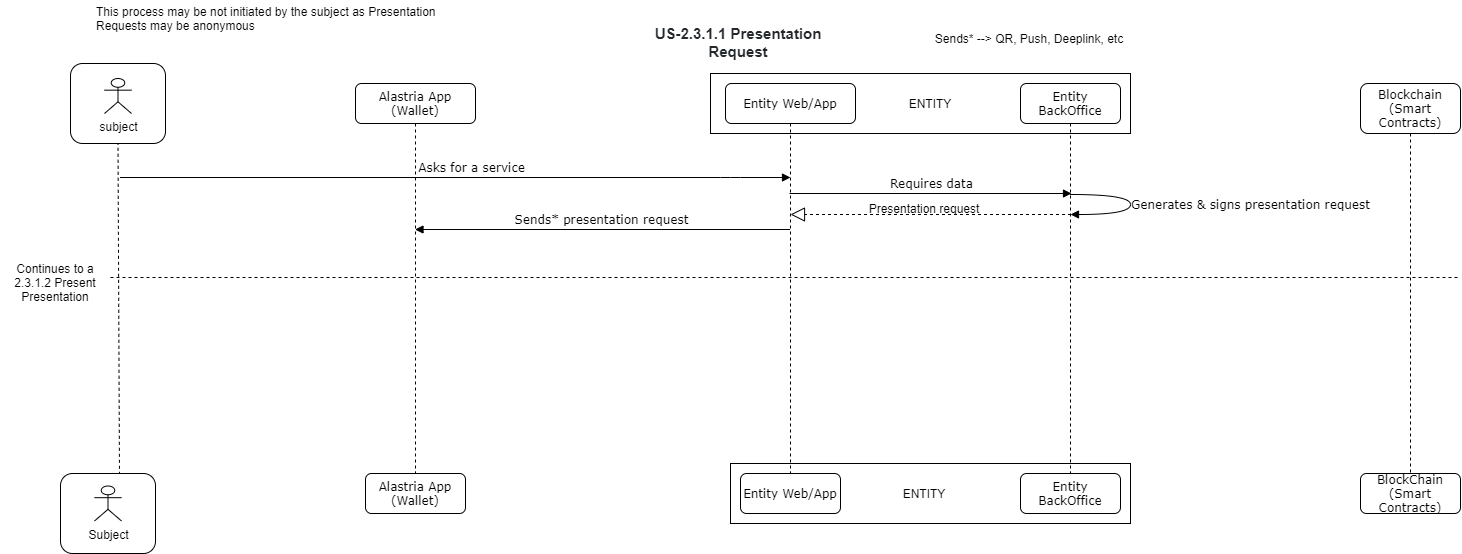
Above: docs/img/US-2.3.1.1 Presentation Request.png in alastria/alastria-identity (draw.io), before the change. Source tidied: cells renumbered, new cells last; positions are measured from the earlier drawing's top-left corner, leaving out a move shared by most shapes. The source it was exported from:
```xml
<mxGraphModel>
  <root>
    <mxCell id="0" />
    <mxCell id="1" parent="0" />
    <mxCell id="2" style="rounded=0;whiteSpace=wrap;html=1;" parent="1" vertex="1">
      <mxGeometry x="730" y="455" width="400" height="60" as="geometry" />
    </mxCell>
    <mxCell id="3" style="rounded=0;whiteSpace=wrap;html=1;" parent="1" vertex="1">
      <mxGeometry x="710" y="65" width="420" height="60" as="geometry" />
    </mxCell>
    <mxCell id="4" value="Alastria App (Wallet)" style="shape=umlLifeline;perimeter=lifelinePerimeter;whiteSpace=wrap;html=1;rounded=1;shadow=0;comic=0;labelBackgroundColor=none;strokeColor=#000000;strokeWidth=1;fillColor=#FFFFFF;fontFamily=Verdana;fontSize=12;fontColor=#000000;align=center;" parent="1" vertex="1">
      <mxGeometry x="355" y="75" width="120" height="390" as="geometry" />
    </mxCell>
    <mxCell id="5" value="Entity Web/App" style="shape=umlLifeline;perimeter=lifelinePerimeter;whiteSpace=wrap;html=1;rounded=1;shadow=0;comic=0;labelBackgroundColor=none;strokeColor=#000000;strokeWidth=1;fillColor=#FFFFFF;fontFamily=Verdana;fontSize=12;fontColor=#000000;align=center;" parent="1" vertex="1">
      <mxGeometry x="725" y="75" width="130" height="390" as="geometry" />
    </mxCell>
    <mxCell id="6" value="Entity BackOffice" style="shape=umlLifeline;perimeter=lifelinePerimeter;whiteSpace=wrap;html=1;rounded=1;shadow=0;comic=0;labelBackgroundColor=none;strokeColor=#000000;strokeWidth=1;fillColor=#FFFFFF;fontFamily=Verdana;fontSize=12;fontColor=#000000;align=center;" parent="1" vertex="1">
      <mxGeometry x="1020" y="75" width="100" height="390" as="geometry" />
    </mxCell>
    <mxCell id="7" value="Blockchain (Smart Contracts)" style="shape=umlLifeline;perimeter=lifelinePerimeter;whiteSpace=wrap;html=1;rounded=1;shadow=0;comic=0;labelBackgroundColor=none;strokeColor=#000000;strokeWidth=1;fillColor=#FFFFFF;fontFamily=Verdana;fontSize=12;fontColor=#000000;align=center;size=50;" parent="1" vertex="1">
      <mxGeometry x="1360" y="75" width="100" height="390" as="geometry" />
    </mxCell>
    <mxCell id="8" value="&lt;span style=&quot;font-family: &amp;#34;verdana&amp;#34;&quot;&gt;Alastria App (Wallet)&lt;/span&gt;" style="rounded=1;whiteSpace=wrap;html=1;" parent="1" vertex="1">
      <mxGeometry x="365" y="465" width="100" height="40" as="geometry" />
    </mxCell>
    <mxCell id="9" value="&lt;span style=&quot;font-family: &amp;#34;verdana&amp;#34;&quot;&gt;Entity Web/App&lt;/span&gt;" style="rounded=1;whiteSpace=wrap;html=1;" parent="1" vertex="1">
      <mxGeometry x="740" y="465" width="100" height="40" as="geometry" />
    </mxCell>
    <mxCell id="10" value="&lt;span style=&quot;font-family: &amp;#34;verdana&amp;#34;&quot;&gt;Entity BackOffice&lt;/span&gt;" style="rounded=1;whiteSpace=wrap;html=1;" parent="1" vertex="1">
      <mxGeometry x="1020" y="465" width="100" height="40" as="geometry" />
    </mxCell>
    <mxCell id="11" value="&lt;span style=&quot;font-family: &amp;#34;verdana&amp;#34;&quot;&gt;BlockChain (Smart Contracts)&lt;/span&gt;" style="rounded=1;whiteSpace=wrap;html=1;" parent="1" vertex="1">
      <mxGeometry x="1360" y="465" width="100" height="40" as="geometry" />
    </mxCell>
    <mxCell id="12" value="Sends* --&amp;gt; QR, Push, Deeplink, etc" style="text;html=1;strokeColor=none;fillColor=none;align=center;verticalAlign=middle;whiteSpace=wrap;rounded=0;" parent="1" vertex="1">
      <mxGeometry x="924" y="20" width="210" height="20" as="geometry" />
    </mxCell>
    <mxCell id="13" value="&lt;h3 style=&quot;box-sizing: border-box ; margin-top: 24px ; margin-bottom: 16px ; font-size: 1.25em ; line-height: 1.25 ; color: rgb(36 , 41 , 46) ; font-family: , &amp;#34;blinkmacsystemfont&amp;#34; , &amp;#34;segoe ui&amp;#34; , &amp;#34;helvetica&amp;#34; , &amp;#34;arial&amp;#34; , sans-serif , &amp;#34;apple color emoji&amp;#34; , &amp;#34;segoe ui emoji&amp;#34; ; background-color: rgb(255 , 255 , 255)&quot;&gt;US-2.3.1.1 Presentation Request&lt;/h3&gt;" style="text;html=1;strokeColor=none;fillColor=none;align=center;verticalAlign=middle;whiteSpace=wrap;rounded=0;" parent="1" vertex="1">
      <mxGeometry x="630" y="5" width="216" height="50" as="geometry" />
    </mxCell>
    <mxCell id="14" value="Asks for a service" style="html=1;verticalAlign=bottom;endArrow=block;labelBackgroundColor=none;fontFamily=Verdana;fontSize=12;" parent="1" edge="1">
      <mxGeometry x="0.64" y="-200" relative="1" as="geometry">
        <mxPoint x="119.5" y="169" as="sourcePoint" />
        <mxPoint x="790" y="169" as="targetPoint" />
        <Array as="points">
          <mxPoint x="670.5" y="169" />
          <mxPoint x="730" y="169" />
          <mxPoint x="790" y="169" />
        </Array>
        <mxPoint x="-200" y="-200" as="offset" />
      </mxGeometry>
    </mxCell>
    <mxCell id="15" value="Requires data" style="html=1;verticalAlign=bottom;endArrow=block;labelBackgroundColor=none;fontFamily=Verdana;fontSize=12;" parent="1" edge="1">
      <mxGeometry x="0.01" relative="1" as="geometry">
        <mxPoint x="789" y="185" as="sourcePoint" />
        <mxPoint x="1071" y="185" as="targetPoint" />
      </mxGeometry>
    </mxCell>
    <mxCell id="16" value="Generates &amp;amp; signs presentation request" style="html=1;verticalAlign=bottom;endArrow=block;labelBackgroundColor=none;fontFamily=Verdana;fontSize=12;elbow=vertical;edgeStyle=orthogonalEdgeStyle;curved=1;exitX=0.495;exitY=0.241;exitDx=0;exitDy=0;exitPerimeter=0;" parent="1" edge="1">
      <mxGeometry x="0.14" y="-120" relative="1" as="geometry">
        <mxPoint x="1070" y="186" as="sourcePoint" />
        <mxPoint x="1070" y="206" as="targetPoint" />
        <Array as="points">
          <mxPoint x="1130" y="186" />
          <mxPoint x="1130" y="206" />
        </Array>
        <mxPoint x="120" y="120" as="offset" />
      </mxGeometry>
    </mxCell>
    <mxCell id="17" style="endArrow=block;dashed=1;endFill=0;endSize=12;html=1;" parent="1" edge="1">
      <mxGeometry relative="1" as="geometry">
        <mxPoint x="1070.5" y="206" as="sourcePoint" />
        <mxPoint x="790" y="206" as="targetPoint" />
        <Array as="points">
          <mxPoint x="1070.5" y="206" />
        </Array>
      </mxGeometry>
    </mxCell>
    <mxCell id="18" value="Presentation request" style="text;align=center;fontStyle=0;verticalAlign=middle;spacingLeft=3;spacingRight=3;strokeColor=none;" parent="1" vertex="1">
      <mxGeometry x="884" y="187" width="80" height="26" as="geometry" />
    </mxCell>
    <mxCell id="19" value="Sends* presentation request" style="html=1;verticalAlign=bottom;endArrow=block;labelBackgroundColor=none;fontFamily=Verdana;fontSize=12;" parent="1" edge="1">
      <mxGeometry x="0.01" relative="1" as="geometry">
        <mxPoint x="789.5" y="221" as="sourcePoint" />
        <mxPoint x="414.5" y="221" as="targetPoint" />
      </mxGeometry>
    </mxCell>
    <mxCell id="20" style="rounded=1;whiteSpace=wrap;html=1;" parent="1" vertex="1">
      <mxGeometry x="70" y="55" width="95" height="80" as="geometry" />
    </mxCell>
    <mxCell id="21" value="subject" style="shape=umlActor;verticalLabelPosition=bottom;labelBackgroundColor=#ffffff;verticalAlign=top;html=1;" parent="1" vertex="1">
      <mxGeometry x="104" y="70" width="27" height="35" as="geometry" />
    </mxCell>
    <mxCell id="22" style="endArrow=none;dashed=1;html=1;entryX=0.5;entryY=1;entryDx=0;entryDy=0;exitX=0.621;exitY=0.016;exitDx=0;exitDy=0;exitPerimeter=0;" parent="1" edge="1" source="23" target="20">
      <mxGeometry relative="1" as="geometry" />
    </mxCell>
    <mxCell id="23" style="rounded=1;whiteSpace=wrap;html=1;" parent="1" vertex="1">
      <mxGeometry x="60" y="465" width="95" height="80" as="geometry" />
    </mxCell>
    <mxCell id="24" value="Subject" style="shape=umlActor;verticalLabelPosition=bottom;labelBackgroundColor=#ffffff;verticalAlign=top;html=1;" parent="1" vertex="1">
      <mxGeometry x="94" y="477.5" width="27" height="35" as="geometry" />
    </mxCell>
    <mxCell id="25" value="ENTITY" style="text;html=1;strokeColor=none;fillColor=none;align=center;verticalAlign=middle;whiteSpace=wrap;rounded=0;" parent="1" vertex="1">
      <mxGeometry x="910" y="85" width="40" height="20" as="geometry" />
    </mxCell>
    <mxCell id="26" value="ENTITY" style="text;html=1;strokeColor=none;fillColor=none;align=center;verticalAlign=middle;whiteSpace=wrap;rounded=0;" parent="1" vertex="1">
      <mxGeometry x="904" y="475" width="40" height="20" as="geometry" />
    </mxCell>
    <mxCell id="27" value="This process may be not initiated by the subject as Presentation Requests may be anonymous" style="text;html=1;strokeColor=none;fillColor=none;align=left;verticalAlign=middle;whiteSpace=wrap;rounded=0;" parent="1" vertex="1">
      <mxGeometry x="94" width="346" height="20" as="geometry" />
    </mxCell>
    <mxCell id="28" style="endArrow=none;dashed=1;html=1;" parent="1" edge="1">
      <mxGeometry relative="1" as="geometry">
        <mxPoint x="110" y="269" as="sourcePoint" />
        <mxPoint x="1460" y="269" as="targetPoint" />
        <Array as="points">
          <mxPoint x="130" y="269" />
        </Array>
      </mxGeometry>
    </mxCell>
    <mxCell id="29" value="Continues to a 2.3.1.2 Present Presentation" style="text;html=1;strokeColor=none;fillColor=none;align=center;verticalAlign=middle;whiteSpace=wrap;rounded=0;" parent="1" vertex="1">
      <mxGeometry y="244" width="110" height="60" as="geometry" />
    </mxCell>
  </root>
</mxGraphModel>
```
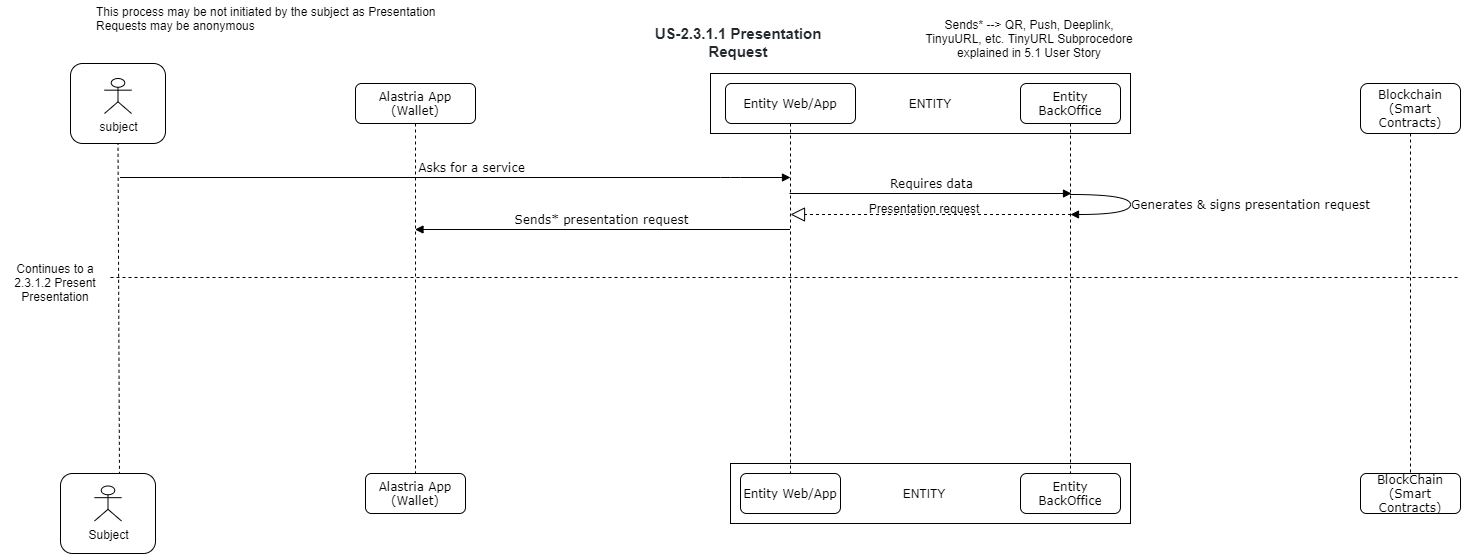
Above is the later version.

Commit message:
Updated TinyURL references

What changed in the source:
```diff
@@ -32,7 +32,7 @@
     <mxCell id="11" value="&lt;span style=&quot;font-family: &amp;#34;verdana&amp;#34;&quot;&gt;BlockChain (Smart Contracts)&lt;/span&gt;" style="rounded=1;whiteSpace=wrap;html=1;" parent="1" vertex="1">
       <mxGeometry x="1360" y="465" width="100" height="40" as="geometry" />
     </mxCell>
-    <mxCell id="12" value="Sends* --&amp;gt; QR, Push, Deeplink, etc" style="text;html=1;strokeColor=none;fillColor=none;align=center;verticalAlign=middle;whiteSpace=wrap;rounded=0;" parent="1" vertex="1">
+    <mxCell id="12" value="Sends* --&amp;gt; QR, Push, Deeplink, TinyuURL, etc. TinyURL Subprocedore explained in 5.1 User Story" style="text;html=1;strokeColor=none;fillColor=none;align=center;verticalAlign=middle;whiteSpace=wrap;rounded=0;" parent="1" vertex="1">
       <mxGeometry x="924" y="20" width="210" height="20" as="geometry" />
     </mxCell>
     <mxCell id="13" value="&lt;h3 style=&quot;box-sizing: border-box ; margin-top: 24px ; margin-bottom: 16px ; font-size: 1.25em ; line-height: 1.25 ; color: rgb(36 , 41 , 46) ; font-family: , &amp;#34;blinkmacsystemfont&amp;#34; , &amp;#34;segoe ui&amp;#34; , &amp;#34;helvetica&amp;#34; , &amp;#34;arial&amp;#34; , sans-serif , &amp;#34;apple color emoji&amp;#34; , &amp;#34;segoe ui emoji&amp;#34; ; background-color: rgb(255 , 255 , 255)&quot;&gt;US-2.3.1.1 Presentation Request&lt;/h3&gt;" style="text;html=1;strokeColor=none;fillColor=none;align=center;verticalAlign=middle;whiteSpace=wrap;rounded=0;" parent="1" vertex="1">
```
